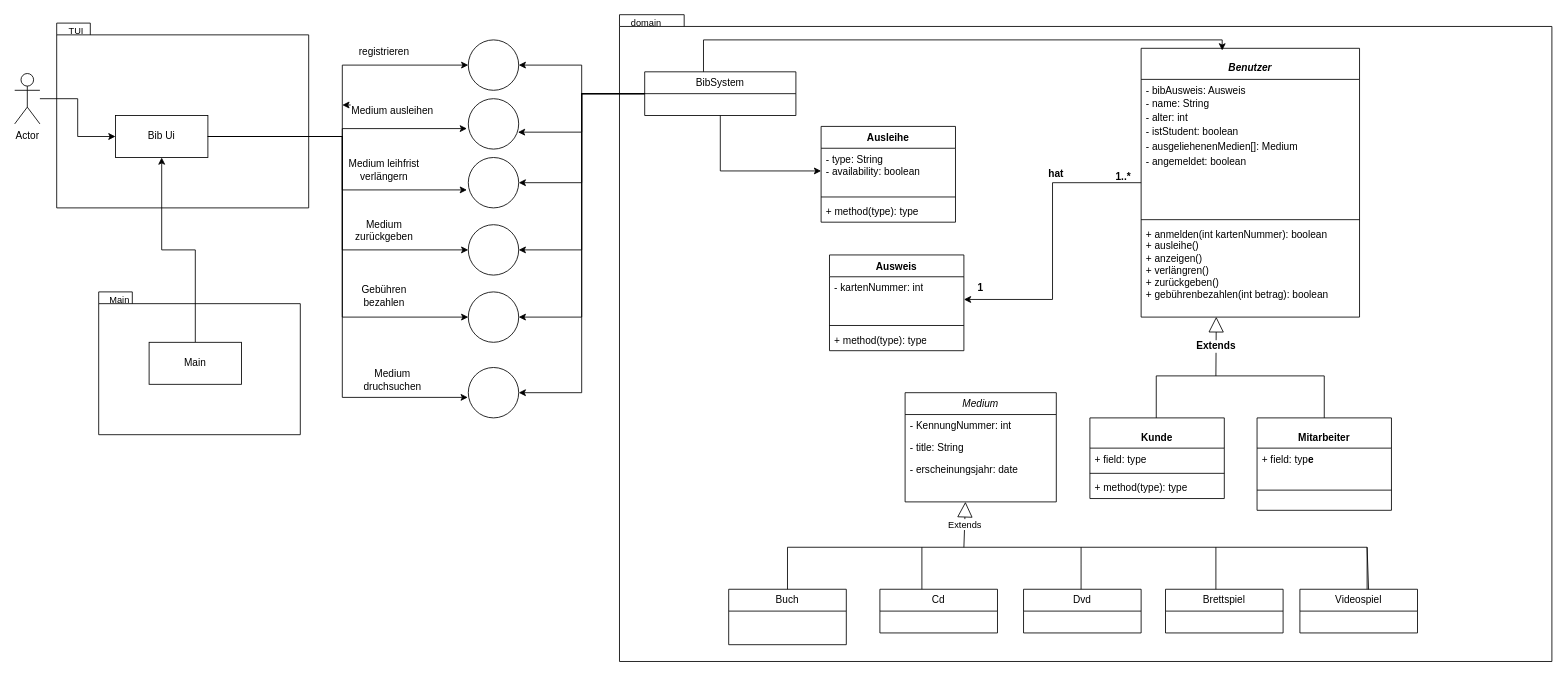
ObaiAlbek/Bibliotheksverwaltungssystem keeps this draw.io diagram as Bibliotheksverwaltungssystem/Design/SystemUml.drawio. Above is the earlier version. Source tidied: cells renumbered, new cells numbered last; positions are measured from the earlier drawing's top-left corner, leaving out a move shared by most shapes. Both pictures are drawn from the tidied source at 84%, with x=0, y=0 at pixel (14, 14).
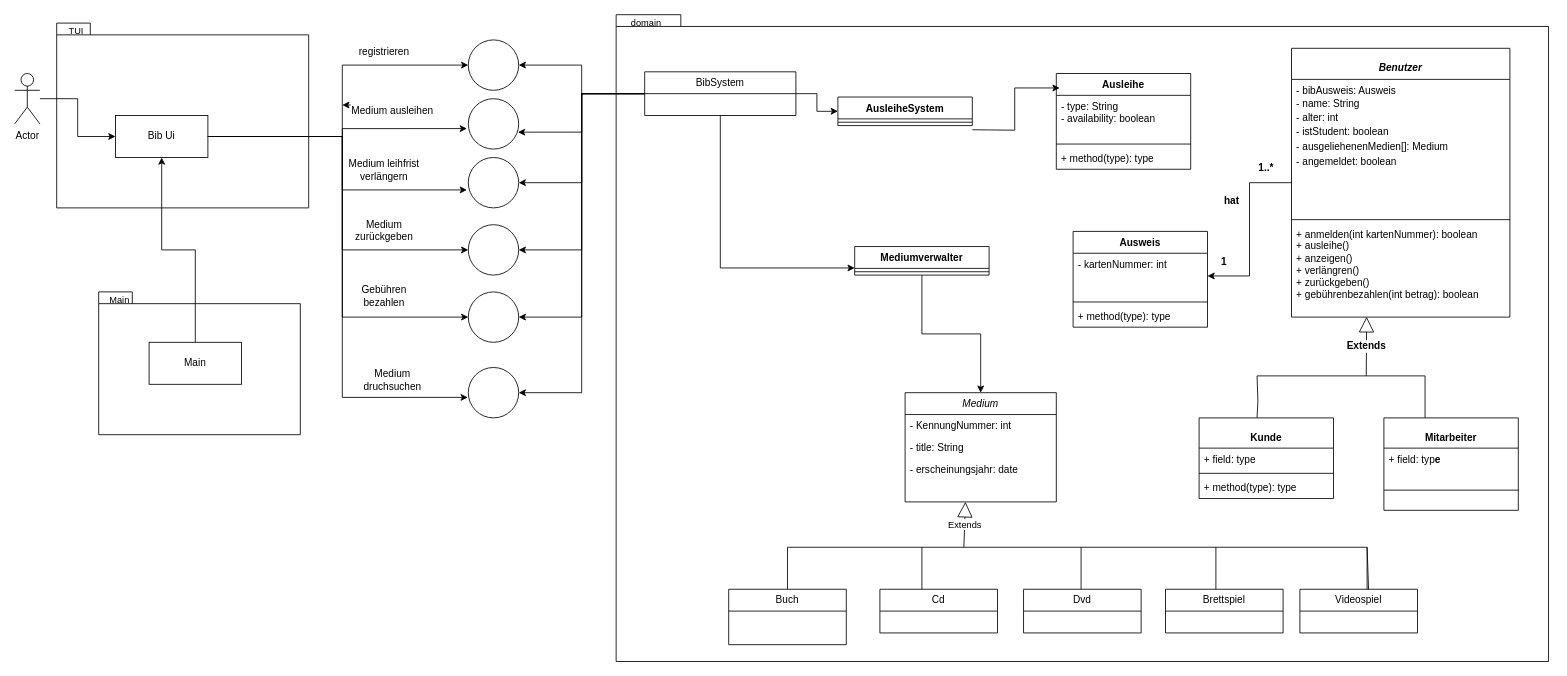
The same diagram, later.

Unchanged cells that the change refers to:
```xml
<mxCell id="27" value="&lt;i&gt;Medium&lt;/i&gt;" style="swimlane;fontStyle=0;horizontal=1;startSize=26;fillColor=none;whiteSpace=wrap;html=1;" parent="1" vertex="1">
  <mxGeometry x="1060" y="450" width="180" height="130" as="geometry" />
</mxCell>
<mxCell id="45" value="&lt;font style=&quot;font-size: 12px;&quot;&gt;BibSystem&lt;/font&gt;" style="swimlane;fontStyle=0;horizontal=1;startSize=26;fillColor=none;whiteSpace=wrap;html=1;" parent="1" vertex="1">
  <mxGeometry x="750" y="68" width="180" height="52" as="geometry" />
</mxCell>
<mxCell id="59" value="- type: String&lt;div&gt;- availability: boolean&lt;/div&gt;" style="text;strokeColor=none;fillColor=none;align=left;verticalAlign=top;spacingLeft=4;spacingRight=4;overflow=hidden;points=[[0,0.5],[1,0.5]];portConstraint=eastwest;whiteSpace=wrap;html=1;" parent="58" vertex="1">
  <mxGeometry y="26" width="160" height="54" as="geometry" />
</mxCell>
<mxCell id="70" value="&lt;span style=&quot;font-weight: normal;&quot;&gt;+ anmelden(int kartenNummer): boolean&lt;/span&gt;&lt;div&gt;&lt;span style=&quot;font-weight: normal;&quot;&gt;+ ausleihe()&lt;/span&gt;&lt;/div&gt;&lt;div&gt;&lt;span style=&quot;font-weight: normal;&quot;&gt;+ anzeigen()&lt;/span&gt;&lt;/div&gt;&lt;div&gt;&lt;span style=&quot;font-weight: normal;&quot;&gt;+ verlängren()&lt;/span&gt;&lt;/div&gt;&lt;div&gt;&lt;span style=&quot;font-weight: normal;&quot;&gt;+ zurückgeben()&lt;/span&gt;&lt;/div&gt;&lt;div&gt;&lt;span style=&quot;font-weight: normal;&quot;&gt;+ gebührenbezahlen(int betrag): boolean&lt;/span&gt;&lt;/div&gt;" style="text;strokeColor=none;fillColor=none;align=left;verticalAlign=top;spacingLeft=4;spacingRight=4;overflow=hidden;points=[[0,0.5],[1,0.5]];portConstraint=eastwest;whiteSpace=wrap;html=1;fontFamily=Helvetica;fontSize=12;fontColor=default;fontStyle=1;" parent="67" vertex="1">
  <mxGeometry y="208" width="260" height="112" as="geometry" />
</mxCell>
```

The edit, as a diff of the source:
```diff
@@
     <mxCell id="6" value="&lt;div&gt;&lt;br&gt;&lt;/div&gt;&lt;div&gt;&lt;br&gt;&lt;/div&gt;&lt;div&gt;&lt;br&gt;&lt;/div&gt;&lt;div&gt;&lt;br&gt;&lt;/div&gt;&lt;div&gt;&lt;br&gt;&lt;/div&gt;&lt;div&gt;&lt;br&gt;&lt;/div&gt;&lt;div&gt;&lt;br&gt;&lt;/div&gt;&lt;div&gt;&lt;br&gt;&lt;/div&gt;&lt;div&gt;&lt;br&gt;&lt;/div&gt;&lt;div&gt;&lt;br&gt;&lt;/div&gt;&lt;div&gt;&lt;br&gt;&lt;/div&gt;&lt;div&gt;&lt;br&gt;&lt;/div&gt;&lt;div&gt;&lt;br&gt;&lt;/div&gt;&lt;div&gt;&lt;br&gt;&lt;/div&gt;&lt;div&gt;&lt;br&gt;&lt;/div&gt;&lt;div&gt;&lt;br&gt;&lt;/div&gt;&lt;div&gt;&lt;br&gt;&lt;/div&gt;&lt;div&gt;&lt;br&gt;&lt;/div&gt;&lt;div&gt;&lt;br&gt;&lt;/div&gt;&lt;div&gt;&lt;br&gt;&lt;/div&gt;&lt;div&gt;&lt;br&gt;&lt;/div&gt;&lt;div&gt;&lt;br&gt;&lt;/div&gt;&lt;div&gt;&lt;br&gt;&lt;/div&gt;&lt;div&gt;&lt;br&gt;&lt;/div&gt;&lt;div&gt;&lt;br&gt;&lt;/div&gt;&lt;div&gt;&lt;br&gt;&lt;/div&gt;&lt;div&gt;&lt;br&gt;&lt;/div&gt;&lt;div&gt;&lt;br&gt;&lt;/div&gt;&lt;div&gt;&lt;br&gt;&lt;/div&gt;&lt;div&gt;&lt;br&gt;&lt;/div&gt;&lt;div&gt;&lt;br&gt;&lt;/div&gt;&lt;div&gt;&lt;br&gt;&lt;/div&gt;&lt;div&gt;&lt;br&gt;&lt;/div&gt;&lt;div&gt;&lt;br&gt;&lt;/div&gt;&lt;div&gt;&lt;br&gt;&lt;/div&gt;&lt;div&gt;&lt;br&gt;&lt;/div&gt;&lt;div&gt;&lt;br&gt;&lt;/div&gt;&lt;div&gt;&lt;br&gt;&lt;/div&gt;&lt;div&gt;&lt;br&gt;&lt;/div&gt;&lt;div&gt;&lt;br&gt;&lt;/div&gt;" style="shape=folder;fontStyle=1;spacingTop=10;tabWidth=40;tabHeight=14;tabPosition=left;html=1;whiteSpace=wrap;" parent="1" vertex="1">
-      <mxGeometry x="720" width="1110" height="770" as="geometry" />
+      <mxGeometry x="716" width="1110" height="770" as="geometry" />
     </mxCell>
@@
-    <mxCell id="44" style="edgeStyle=orthogonalEdgeStyle;rounded=0;jettySize=auto;html=1;fontFamily=Helvetica;fontSize=12;fontColor=default;fontStyle=1;" parent="1" edge="1" source="45" target="59">
-      <mxGeometry relative="1" as="geometry" />
-    </mxCell>
+    <mxCell id="86" style="edgeStyle=orthogonalEdgeStyle;rounded=0;jettySize=auto;html=1;entryX=0;entryY=0.5;entryDx=0;entryDy=0;" parent="1" edge="1" source="45" target="91">
+      <mxGeometry relative="1" as="geometry" />
+    </mxCell>
+    <mxCell id="87" style="edgeStyle=orthogonalEdgeStyle;rounded=0;jettySize=auto;html=1;entryX=0;entryY=0.75;entryDx=0;entryDy=0;" parent="1" edge="1" source="45" target="89">
+      <mxGeometry relative="1" as="geometry">
+        <Array as="points">
+          <mxPoint x="840" y="302" />
+        </Array>
+      </mxGeometry>
+    </mxCell>
@@
     <mxCell id="58" value="Ausleihe" style="swimlane;fontStyle=1;align=center;verticalAlign=top;horizontal=1;startSize=26;whiteSpace=wrap;html=1;" parent="1" vertex="1">
-      <mxGeometry x="960" y="133" width="160" height="114" as="geometry" />
+      <mxGeometry x="1240" y="70" width="160" height="114" as="geometry" />
     </mxCell>
@@
     <mxCell id="62" value="Ausweis" style="swimlane;fontStyle=1;align=center;verticalAlign=top;horizontal=1;startSize=26;whiteSpace=wrap;html=1;" parent="1" vertex="1">
-      <mxGeometry x="970" y="286" width="160" height="114" as="geometry" />
+      <mxGeometry x="1260" y="258" width="160" height="114" as="geometry" />
     </mxCell>
@@
     <mxCell id="67" value="&lt;i&gt;Benutzer&lt;/i&gt;" style="swimlane;fontStyle=1;align=center;verticalAlign=top;horizontal=1;startSize=37;whiteSpace=wrap;html=1;strokeColor=default;spacingTop=10;fontFamily=Helvetica;fontSize=12;fontColor=default;fillColor=default;" parent="1" vertex="1">
-      <mxGeometry x="1341" y="40" width="260" height="320" as="geometry" />
+      <mxGeometry x="1520" y="40" width="260" height="320" as="geometry" />
     </mxCell>
@@
     <mxCell id="71" value="Kunde" style="swimlane;fontStyle=1;align=center;verticalAlign=top;horizontal=1;startSize=36;whiteSpace=wrap;html=1;strokeColor=default;spacingTop=10;fontFamily=Helvetica;fontSize=12;fontColor=default;fillColor=default;" parent="1" vertex="1">
-      <mxGeometry x="1280" y="480" width="160" height="96" as="geometry" />
+      <mxGeometry x="1410" y="480" width="160" height="96" as="geometry" />
     </mxCell>
@@
     <mxCell id="75" value="Mitarbeiter" style="swimlane;fontStyle=1;align=center;verticalAlign=top;horizontal=1;startSize=36;whiteSpace=wrap;html=1;strokeColor=default;spacingTop=10;fontFamily=Helvetica;fontSize=12;fontColor=default;fillColor=default;" parent="1" vertex="1">
-      <mxGeometry x="1479" y="480" width="160" height="110" as="geometry" />
+      <mxGeometry x="1630" y="480" width="160" height="110" as="geometry" />
     </mxCell>
@@
     <mxCell id="78" value="&lt;div&gt;&lt;br&gt;&lt;/div&gt;1..*" style="text;html=1;align=center;verticalAlign=middle;whiteSpace=wrap;rounded=0;fontFamily=Helvetica;fontSize=12;fontColor=default;fontStyle=1;" parent="1" vertex="1">
-      <mxGeometry x="1290" y="170" width="60" height="30" as="geometry" />
+      <mxGeometry x="1460" y="160" width="60" height="30" as="geometry" />
     </mxCell>
     <mxCell id="79" value="hat" style="text;html=1;align=center;verticalAlign=middle;whiteSpace=wrap;rounded=0;fontFamily=Helvetica;fontSize=12;fontColor=default;fontStyle=1;" parent="1" vertex="1">
-      <mxGeometry x="1210" y="170" width="60" height="40" as="geometry" />
+      <mxGeometry x="1419" y="202" width="60" height="40" as="geometry" />
     </mxCell>
     <mxCell id="80" value="1" style="text;html=1;align=center;verticalAlign=middle;whiteSpace=wrap;rounded=0;fontFamily=Helvetica;fontSize=12;fontColor=default;fontStyle=1;" parent="1" vertex="1">
-      <mxGeometry x="1120" y="310" width="60" height="30" as="geometry" />
+      <mxGeometry x="1410" y="280" width="60" height="30" as="geometry" />
     </mxCell>
-    <mxCell id="81" style="edgeStyle=orthogonalEdgeStyle;rounded=0;jettySize=auto;html=1;entryX=0.371;entryY=0.008;entryDx=0;entryDy=0;entryPerimeter=0;fontFamily=Helvetica;fontSize=12;fontColor=default;fontStyle=1;" parent="1" edge="1" source="45" target="67">
-      <mxGeometry relative="1" as="geometry">
-        <Array as="points">
-          <mxPoint x="820" y="30" />
-          <mxPoint x="1437" y="30" />
-        </Array>
-      </mxGeometry>
-    </mxCell>
     <mxCell id="82" style="endArrow=none;html=1;rounded=0;fontFamily=Helvetica;fontSize=12;fontColor=default;fontStyle=1;" parent="1" edge="1">
       <mxGeometry relative="1" as="geometry">
-        <mxPoint x="1359" y="480" as="sourcePoint" />
-        <mxPoint x="1359" y="430" as="targetPoint" />
+        <mxPoint x="1479" y="480" as="sourcePoint" />
+        <mxPoint x="1479" y="430" as="targetPoint" />
+        <Array as="points">
+          <mxPoint x="1480" y="460" />
+        </Array>
       </mxGeometry>
     </mxCell>
     <mxCell id="83" style="endArrow=none;html=1;rounded=0;fontFamily=Helvetica;fontSize=12;fontColor=default;fontStyle=1;" parent="1" edge="1">
       <mxGeometry relative="1" as="geometry">
-        <mxPoint x="1559" y="480" as="sourcePoint" />
-        <mxPoint x="1559" y="430" as="targetPoint" />
+        <mxPoint x="1679" y="480" as="sourcePoint" />
+        <mxPoint x="1679" y="430" as="targetPoint" />
       </mxGeometry>
     </mxCell>
     <mxCell id="84" style="endArrow=none;html=1;rounded=0;fontFamily=Helvetica;fontSize=12;fontColor=default;fontStyle=1;" parent="1" edge="1">
       <mxGeometry relative="1" as="geometry">
-        <mxPoint x="1359" y="430" as="sourcePoint" />
-        <mxPoint x="1559" y="430" as="targetPoint" />
+        <mxPoint x="1479" y="430" as="sourcePoint" />
+        <mxPoint x="1679" y="430" as="targetPoint" />
       </mxGeometry>
     </mxCell>
     <mxCell id="85" value="Extends" style="endArrow=block;endSize=16;endFill=0;html=1;rounded=0;fontFamily=Helvetica;fontSize=12;fontColor=default;fontStyle=1;entryX=0.344;entryY=0.997;entryDx=0;entryDy=0;entryPerimeter=0;" parent="1" edge="1" target="70">
       <mxGeometry relative="1" as="geometry">
-        <mxPoint x="1430" y="430" as="sourcePoint" />
+        <mxPoint x="1609" y="430" as="sourcePoint" />
       </mxGeometry>
     </mxCell>
+    <mxCell id="88" style="edgeStyle=orthogonalEdgeStyle;rounded=0;jettySize=auto;html=1;entryX=0.5;entryY=0;entryDx=0;entryDy=0;" parent="1" edge="1" source="89" target="27">
+      <mxGeometry relative="1" as="geometry" />
+    </mxCell>
+    <mxCell id="89" value="Mediumverwalter" style="swimlane;fontStyle=1;align=center;verticalAlign=top;horizontal=1;startSize=26;whiteSpace=wrap;html=1;" parent="1" vertex="1">
+      <mxGeometry x="1000" y="276" width="160" height="34" as="geometry" />
+    </mxCell>
+    <mxCell id="90" style="line;strokeWidth=1;fillColor=none;align=left;verticalAlign=middle;spacingTop=-1;spacingLeft=3;spacingRight=3;labelPosition=right;strokeColor=inherit;" parent="89" vertex="1">
+      <mxGeometry y="26" width="160" height="8" as="geometry" />
+    </mxCell>
+    <mxCell id="91" value="AusleiheSystem" style="swimlane;fontStyle=1;align=center;verticalAlign=top;horizontal=1;startSize=26;whiteSpace=wrap;html=1;" parent="1" vertex="1">
+      <mxGeometry x="980" y="98" width="160" height="34" as="geometry" />
+    </mxCell>
+    <mxCell id="92" style="line;strokeWidth=1;fillColor=none;align=left;verticalAlign=middle;spacingTop=-1;spacingLeft=3;spacingRight=3;labelPosition=right;strokeColor=inherit;" parent="91" vertex="1">
+      <mxGeometry y="26" width="160" height="8" as="geometry" />
+    </mxCell>
+    <mxCell id="93" style="edgeStyle=orthogonalEdgeStyle;rounded=0;jettySize=auto;html=1;entryX=0.025;entryY=0.151;entryDx=0;entryDy=0;entryPerimeter=0;" parent="1" edge="1" target="58">
+      <mxGeometry relative="1" as="geometry">
+        <mxPoint x="1140" y="137" as="sourcePoint" />
+      </mxGeometry>
+    </mxCell>
```
